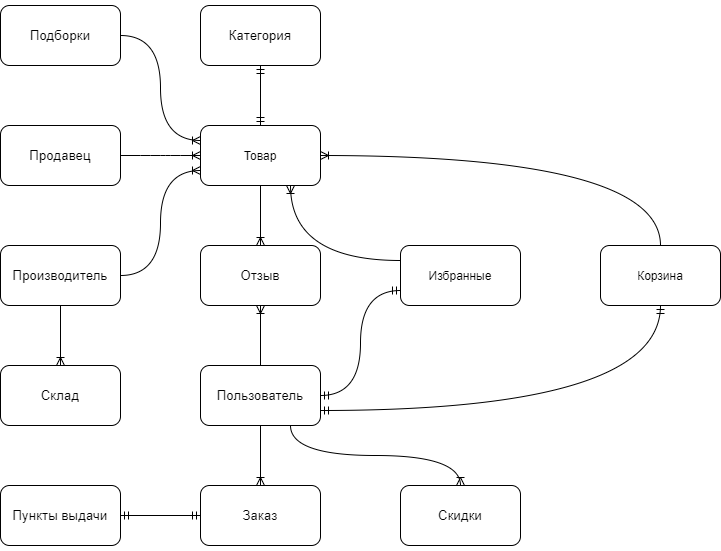
festralm/11-904_DataBase_2_course keeps this draw.io diagram as Marketplace.png. Above is the earlier version. Source tidied: cells renumbered, new cells last; positions are measured from the earlier drawing's top-left corner, leaving out a move shared by most shapes. The source it was exported from:
```xml
<mxGraphModel>
  <root>
    <mxCell id="0" />
    <mxCell id="1" parent="0" />
    <mxCell id="2" value="Товар" style="rounded=1;whiteSpace=wrap;html=1;" parent="1" vertex="1">
      <mxGeometry x="200" y="120" width="120" height="60" as="geometry" />
    </mxCell>
    <mxCell id="3" value="&#10;&#10;&lt;!--StartFragment--&gt;&lt;span style=&quot;font-size:10pt;font-family:Arial;font-style:normal;&quot;&gt;Продавец&lt;/span&gt;&lt;!--EndFragment--&gt;&#10;&#10;" style="rounded=1;whiteSpace=wrap;html=1;" parent="1" vertex="1">
      <mxGeometry y="120" width="120" height="60" as="geometry" />
    </mxCell>
    <mxCell id="4" value="&#10;&#10;&lt;!--StartFragment--&gt;&lt;span style=&quot;font-size:10pt;font-family:Arial;font-style:normal;&quot;&gt;Пользователь&lt;/span&gt;&lt;!--EndFragment--&gt;&#10;&#10;" style="rounded=1;whiteSpace=wrap;html=1;" parent="1" vertex="1">
      <mxGeometry x="200" y="360" width="120" height="60" as="geometry" />
    </mxCell>
    <mxCell id="5" value="&#10;&#10;&lt;!--StartFragment--&gt;&lt;span style=&quot;font-size:10pt;font-family:Arial;font-style:normal;&quot;&gt;Склад&lt;/span&gt;&lt;!--EndFragment--&gt;&#10;&#10;" style="rounded=1;whiteSpace=wrap;html=1;" parent="1" vertex="1">
      <mxGeometry y="360" width="120" height="60" as="geometry" />
    </mxCell>
    <mxCell id="6" value="&#10;&#10;&lt;!--StartFragment--&gt;&lt;span style=&quot;font-size:10pt;font-family:Arial;font-style:normal;&quot;&gt;Пункты выдачи&lt;/span&gt;&lt;!--EndFragment--&gt;&#10;&#10;" style="rounded=1;whiteSpace=wrap;html=1;" parent="1" vertex="1">
      <mxGeometry y="480" width="120" height="60" as="geometry" />
    </mxCell>
    <mxCell id="7" value="&#10;&#10;&lt;!--StartFragment--&gt;&lt;span style=&quot;font-size:10pt;font-family:Arial;font-style:normal;&quot;&gt;Скидки&lt;/span&gt;&lt;!--EndFragment--&gt;&#10;&#10;" style="rounded=1;whiteSpace=wrap;html=1;" parent="1" vertex="1">
      <mxGeometry x="400" y="480" width="120" height="60" as="geometry" />
    </mxCell>
    <mxCell id="8" value="&#10;&#10;&lt;!--StartFragment--&gt;&lt;span style=&quot;font-size:10pt;font-family:Arial;font-style:normal;&quot;&gt;Категория&lt;/span&gt;&lt;!--EndFragment--&gt;&#10;&#10;" style="rounded=1;whiteSpace=wrap;html=1;" parent="1" vertex="1">
      <mxGeometry x="200" width="120" height="60" as="geometry" />
    </mxCell>
    <mxCell id="9" value="&#10;&#10;&lt;!--StartFragment--&gt;&lt;span style=&quot;font-size:10pt;font-family:Arial;font-style:normal;&quot;&gt;Отзыв&lt;/span&gt;&lt;!--EndFragment--&gt;&#10;&#10;" style="rounded=1;whiteSpace=wrap;html=1;" parent="1" vertex="1">
      <mxGeometry x="200" y="240" width="120" height="60" as="geometry" />
    </mxCell>
    <mxCell id="10" value="&#10;&#10;&lt;!--StartFragment--&gt;&lt;span style=&quot;font-size:10pt;font-family:Arial;font-style:normal;&quot;&gt;Заказ&lt;/span&gt;&lt;!--EndFragment--&gt;&#10;&#10;" style="rounded=1;whiteSpace=wrap;html=1;" parent="1" vertex="1">
      <mxGeometry x="200" y="480" width="120" height="60" as="geometry" />
    </mxCell>
    <mxCell id="11" value="&#10;&#10;&lt;!--StartFragment--&gt;&lt;span style=&quot;font-size:10pt;font-family:Arial;font-style:normal;&quot;&gt;Производитель&lt;/span&gt;&lt;!--EndFragment--&gt;&#10;&#10;" style="rounded=1;whiteSpace=wrap;html=1;" parent="1" vertex="1">
      <mxGeometry y="240" width="120" height="60" as="geometry" />
    </mxCell>
    <mxCell id="12" value="&#10;&#10;&lt;!--StartFragment--&gt;&lt;span style=&quot;font-size:10pt;font-family:Arial;font-style:normal;&quot;&gt;Подборки&lt;/span&gt;&lt;!--EndFragment--&gt;&#10;&#10;" style="rounded=1;whiteSpace=wrap;html=1;" parent="1" vertex="1">
      <mxGeometry width="120" height="60" as="geometry" />
    </mxCell>
    <mxCell id="13" style="edgeStyle=entityRelationEdgeStyle;fontSize=12;html=1;endArrow=ERoneToMany;entryX=0;entryY=0.5;entryDx=0;entryDy=0;exitX=1;exitY=0.5;exitDx=0;exitDy=0;" parent="1" edge="1" source="3" target="2">
      <mxGeometry relative="1" as="geometry" />
    </mxCell>
    <mxCell id="14" style="edgeStyle=orthogonalEdgeStyle;fontSize=12;html=1;endArrow=ERoneToMany;exitX=1;exitY=0.5;exitDx=0;exitDy=0;entryX=0;entryY=0.75;entryDx=0;entryDy=0;curved=1;" parent="1" edge="1" source="11" target="2">
      <mxGeometry relative="1" as="geometry" />
    </mxCell>
    <mxCell id="15" style="edgeStyle=orthogonalEdgeStyle;fontSize=12;html=1;endArrow=ERoneToMany;exitX=0.5;exitY=1;exitDx=0;exitDy=0;entryX=0.5;entryY=0;entryDx=0;entryDy=0;curved=1;" parent="1" edge="1" source="4" target="10">
      <mxGeometry relative="1" as="geometry" />
    </mxCell>
    <mxCell id="16" style="edgeStyle=orthogonalEdgeStyle;fontSize=12;html=1;endArrow=ERoneToMany;exitX=0.5;exitY=0;exitDx=0;exitDy=0;curved=1;entryX=0.5;entryY=1;entryDx=0;entryDy=0;" parent="1" edge="1" source="4" target="9">
      <mxGeometry relative="1" as="geometry" />
    </mxCell>
    <mxCell id="17" value="Корзина" style="rounded=1;whiteSpace=wrap;html=1;" parent="1" vertex="1">
      <mxGeometry x="600" y="240" width="120" height="60" as="geometry" />
    </mxCell>
    <mxCell id="18" value="Избранные" style="rounded=1;whiteSpace=wrap;html=1;" parent="1" vertex="1">
      <mxGeometry x="400" y="240" width="120" height="60" as="geometry" />
    </mxCell>
    <mxCell id="19" style="edgeStyle=orthogonalEdgeStyle;fontSize=12;html=1;endArrow=ERmandOne;startArrow=ERmandOne;exitX=1;exitY=0.75;exitDx=0;exitDy=0;entryX=0.5;entryY=1;entryDx=0;entryDy=0;curved=1;" parent="1" edge="1" source="4" target="17">
      <mxGeometry relative="1" as="geometry" />
    </mxCell>
    <mxCell id="20" style="edgeStyle=orthogonalEdgeStyle;fontSize=12;html=1;endArrow=ERmandOne;startArrow=ERmandOne;curved=1;exitX=1;exitY=0.5;exitDx=0;exitDy=0;entryX=0;entryY=0.75;entryDx=0;entryDy=0;" parent="1" edge="1" source="4" target="18">
      <mxGeometry relative="1" as="geometry" />
    </mxCell>
    <mxCell id="21" style="edgeStyle=orthogonalEdgeStyle;fontSize=12;html=1;endArrow=ERoneToMany;entryX=0.75;entryY=1;entryDx=0;entryDy=0;curved=1;exitX=0;exitY=0.25;exitDx=0;exitDy=0;" parent="1" edge="1" source="18" target="2">
      <mxGeometry relative="1" as="geometry" />
    </mxCell>
    <mxCell id="22" style="edgeStyle=orthogonalEdgeStyle;fontSize=12;html=1;endArrow=ERoneToMany;exitX=0.75;exitY=1;exitDx=0;exitDy=0;entryX=0.5;entryY=0;entryDx=0;entryDy=0;curved=1;" parent="1" edge="1" source="4" target="7">
      <mxGeometry relative="1" as="geometry" />
    </mxCell>
    <mxCell id="23" style="edgeStyle=orthogonalEdgeStyle;fontSize=12;html=1;endArrow=ERoneToMany;exitX=0.5;exitY=1;exitDx=0;exitDy=0;entryX=0.5;entryY=0;entryDx=0;entryDy=0;curved=1;" parent="1" edge="1" source="11" target="5">
      <mxGeometry relative="1" as="geometry" />
    </mxCell>
    <mxCell id="24" style="edgeStyle=orthogonalEdgeStyle;fontSize=12;html=1;endArrow=ERoneToMany;exitX=1;exitY=0.5;exitDx=0;exitDy=0;entryX=0;entryY=0.25;entryDx=0;entryDy=0;curved=1;" parent="1" edge="1" source="12" target="2">
      <mxGeometry relative="1" as="geometry" />
    </mxCell>
    <mxCell id="25" style="edgeStyle=orthogonalEdgeStyle;fontSize=12;html=1;endArrow=ERoneToMany;exitX=0.5;exitY=1;exitDx=0;exitDy=0;curved=1;entryX=0.5;entryY=0;entryDx=0;entryDy=0;" parent="1" edge="1" source="2" target="9">
      <mxGeometry relative="1" as="geometry" />
    </mxCell>
    <mxCell id="26" style="edgeStyle=orthogonalEdgeStyle;fontSize=12;html=1;endArrow=ERmandOne;startArrow=ERmandOne;entryX=0.5;entryY=1;entryDx=0;entryDy=0;exitX=0.5;exitY=0;exitDx=0;exitDy=0;curved=1;" parent="1" edge="1" source="2" target="8">
      <mxGeometry relative="1" as="geometry" />
    </mxCell>
    <mxCell id="27" style="edgeStyle=orthogonalEdgeStyle;fontSize=12;html=1;endArrow=ERoneToMany;curved=1;entryX=1;entryY=0.5;entryDx=0;entryDy=0;exitX=0.5;exitY=0;exitDx=0;exitDy=0;" parent="1" edge="1" source="17" target="2">
      <mxGeometry relative="1" as="geometry" />
    </mxCell>
    <mxCell id="28" style="edgeStyle=orthogonalEdgeStyle;fontSize=12;html=1;endArrow=ERmandOne;startArrow=ERmandOne;curved=1;exitX=1;exitY=0.5;exitDx=0;exitDy=0;entryX=0;entryY=0.5;entryDx=0;entryDy=0;" parent="1" edge="1" source="6" target="10">
      <mxGeometry relative="1" as="geometry" />
    </mxCell>
  </root>
</mxGraphModel>
```
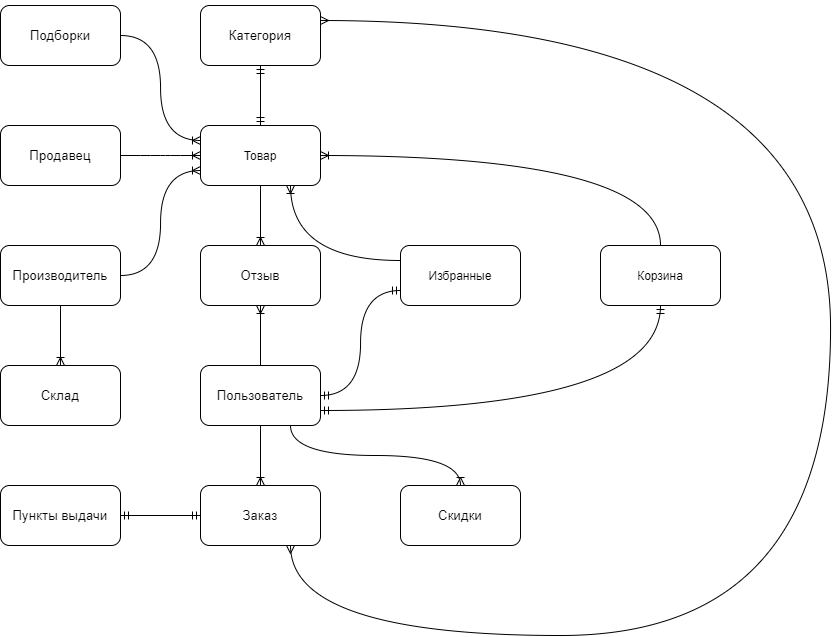
The same diagram one commit later.

The edit, as a diff of the source:
```diff
@@ -83,5 +83,14 @@
     <mxCell id="28" style="edgeStyle=orthogonalEdgeStyle;fontSize=12;html=1;endArrow=ERmandOne;startArrow=ERmandOne;curved=1;exitX=1;exitY=0.5;exitDx=0;exitDy=0;entryX=0;entryY=0.5;entryDx=0;entryDy=0;" parent="1" edge="1" source="6" target="10">
       <mxGeometry relative="1" as="geometry" />
     </mxCell>
+    <mxCell id="29" style="edgeStyle=orthogonalEdgeStyle;fontSize=12;html=1;endArrow=ERmany;startArrow=ERmany;entryX=1;entryY=0.25;entryDx=0;entryDy=0;exitX=0.75;exitY=1;exitDx=0;exitDy=0;curved=1;" parent="1" edge="1" source="10" target="8">
+      <mxGeometry relative="1" as="geometry">
+        <Array as="points">
+          <mxPoint x="290" y="630" />
+          <mxPoint x="830" y="630" />
+          <mxPoint x="830" y="15" />
+        </Array>
+      </mxGeometry>
+    </mxCell>
   </root>
 </mxGraphModel>
```
